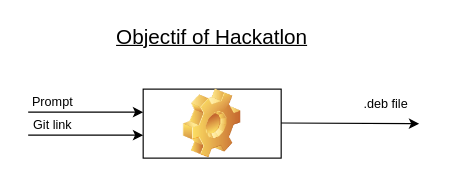
Above: Diagramme sans nom.drawio in touillenouille/Diag-frdcsa (draw.io), before the change. Source tidied: cells renumbered, new cells numbered last; positions are measured from the earlier drawing's top-left corner, leaving out a move shared by most shapes. Both pictures are drawn from the tidied source at 115%, with x=0, y=0 at pixel (28, 20).
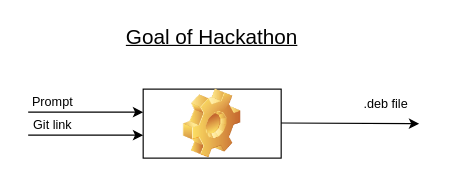
Above is the later version.

Change to the diagram source:
```diff
@@
 <mxGraphModel>
   <root>
     <mxCell id="0" />
     <mxCell id="1" parent="0" />
     <mxCell id="2" style="rounded=0;whiteSpace=wrap;html=1;" parent="1" vertex="1">
       <mxGeometry x="100" y="60" width="120" height="60" as="geometry" />
     </mxCell>
     <mxCell id="3" style="endArrow=classic;html=1;rounded=0;" parent="1" edge="1">
       <mxGeometry relative="1" as="geometry">
         <mxPoint x="220" y="89.5" as="sourcePoint" />
         <mxPoint x="340" y="90" as="targetPoint" />
       </mxGeometry>
     </mxCell>
     <mxCell id="4" value=".deb file" style="edgeLabel;html=1;align=left;verticalAlign=bottom;" parent="3" vertex="1">
       <mxGeometry x="-1" relative="1" as="geometry">
         <mxPoint x="70" y="-9" as="offset" />
       </mxGeometry>
     </mxCell>
     <mxCell id="5" style="endArrow=classic;html=1;rounded=0;" parent="1" edge="1">
       <mxGeometry relative="1" as="geometry">
         <mxPoint y="80" as="sourcePoint" />
         <mxPoint x="100" y="80" as="targetPoint" />
       </mxGeometry>
     </mxCell>
     <mxCell id="6" value="&lt;div&gt;Prompt&lt;/div&gt;" style="edgeLabel;html=1;align=center;verticalAlign=middle;" parent="5" vertex="1">
       <mxGeometry x="0.12" y="-3" relative="1" as="geometry">
         <mxPoint x="-36" y="-13" as="offset" />
       </mxGeometry>
     </mxCell>
     <mxCell id="7" style="endArrow=classic;html=1;rounded=0;" parent="1" edge="1">
       <mxGeometry relative="1" as="geometry">
         <mxPoint y="100" as="sourcePoint" />
         <mxPoint x="100" y="100" as="targetPoint" />
       </mxGeometry>
     </mxCell>
     <mxCell id="8" value="&lt;div&gt;Git link&lt;/div&gt;" style="edgeLabel;html=1;align=center;verticalAlign=middle;" parent="7" vertex="1">
       <mxGeometry relative="1" as="geometry">
         <mxPoint x="-30" y="-10" as="offset" />
       </mxGeometry>
     </mxCell>
     <mxCell id="9" style="shape=image;html=1;verticalLabelPosition=bottom;verticalAlign=top;imageAspect=0;image=img/clipart/Gear_128x128.png;" parent="1" vertex="1">
       <mxGeometry x="135" y="60" width="50" height="60" as="geometry" />
     </mxCell>
-    <mxCell id="10" value="&lt;div style=&quot;font-size: 14px;&quot;&gt;&lt;font style=&quot;font-size: 18px;&quot;&gt;&lt;u&gt;Objectif of Hackatlon&lt;/u&gt;&lt;/font&gt;&lt;/div&gt;" style="text;html=1;strokeColor=none;fillColor=none;align=center;verticalAlign=middle;whiteSpace=wrap;rounded=0;fontSize=13;" parent="1" vertex="1">
+    <mxCell id="10" value="&lt;div style=&quot;font-size: 14px;&quot;&gt;&lt;font style=&quot;font-size: 18px;&quot;&gt;&lt;u&gt;Goal of Hackathon&lt;/u&gt;&lt;/font&gt;&lt;/div&gt;" style="text;html=1;strokeColor=none;fillColor=none;align=center;verticalAlign=middle;whiteSpace=wrap;rounded=0;fontSize=13;" parent="1" vertex="1">
       <mxGeometry x="75" width="170" height="30" as="geometry" />
     </mxCell>
   </root>
 </mxGraphModel>
```
